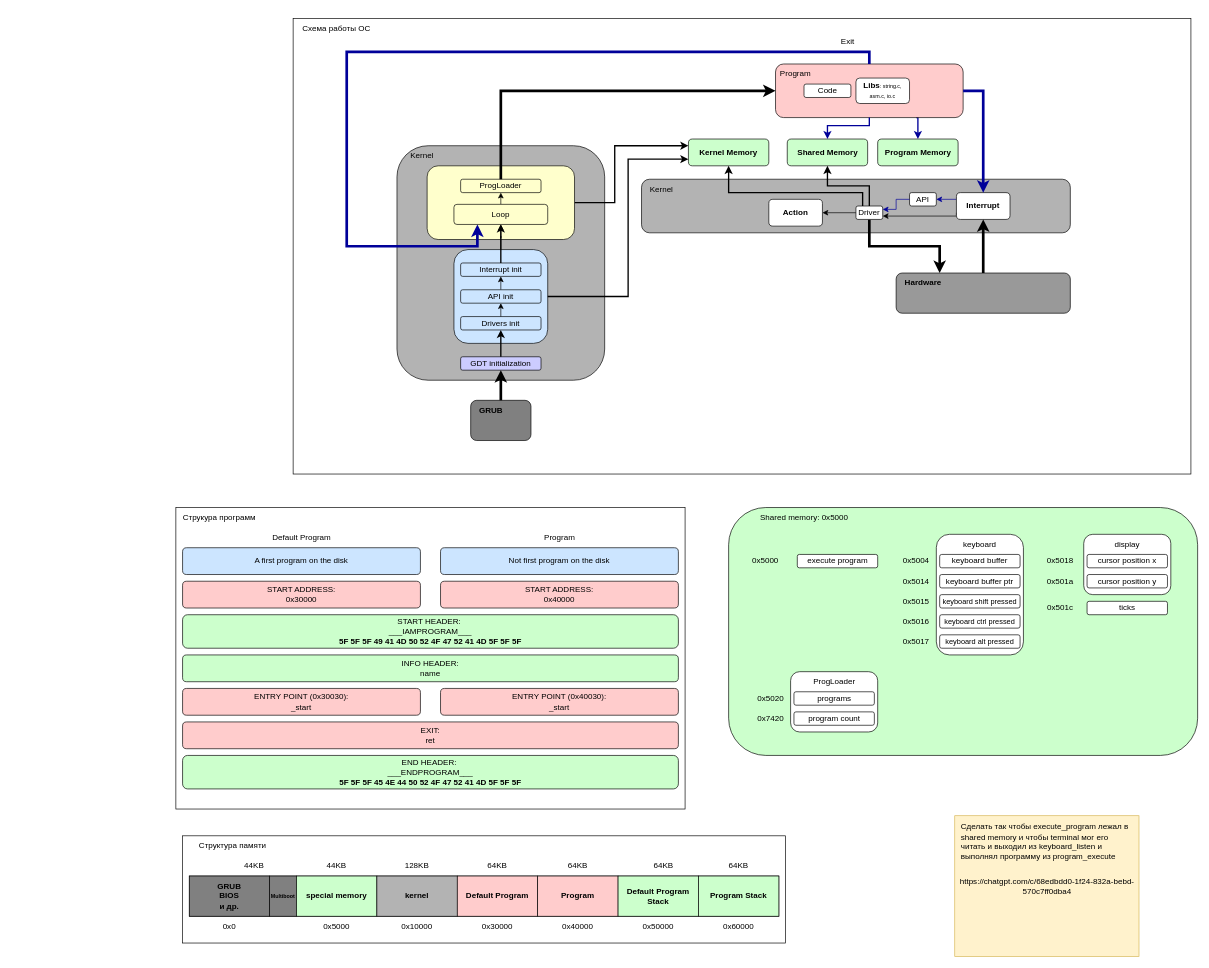
Before: docs/os_schema.drawio in igmunv/Operation-System, a draw.io diagram. Source tidied: cells renumbered, new cells numbered last; positions are measured from the earlier drawing's top-left corner, leaving out a move shared by most shapes. Both pictures are drawn from the tidied source at 67%, with x=0, y=0 at pixel (176, 18).
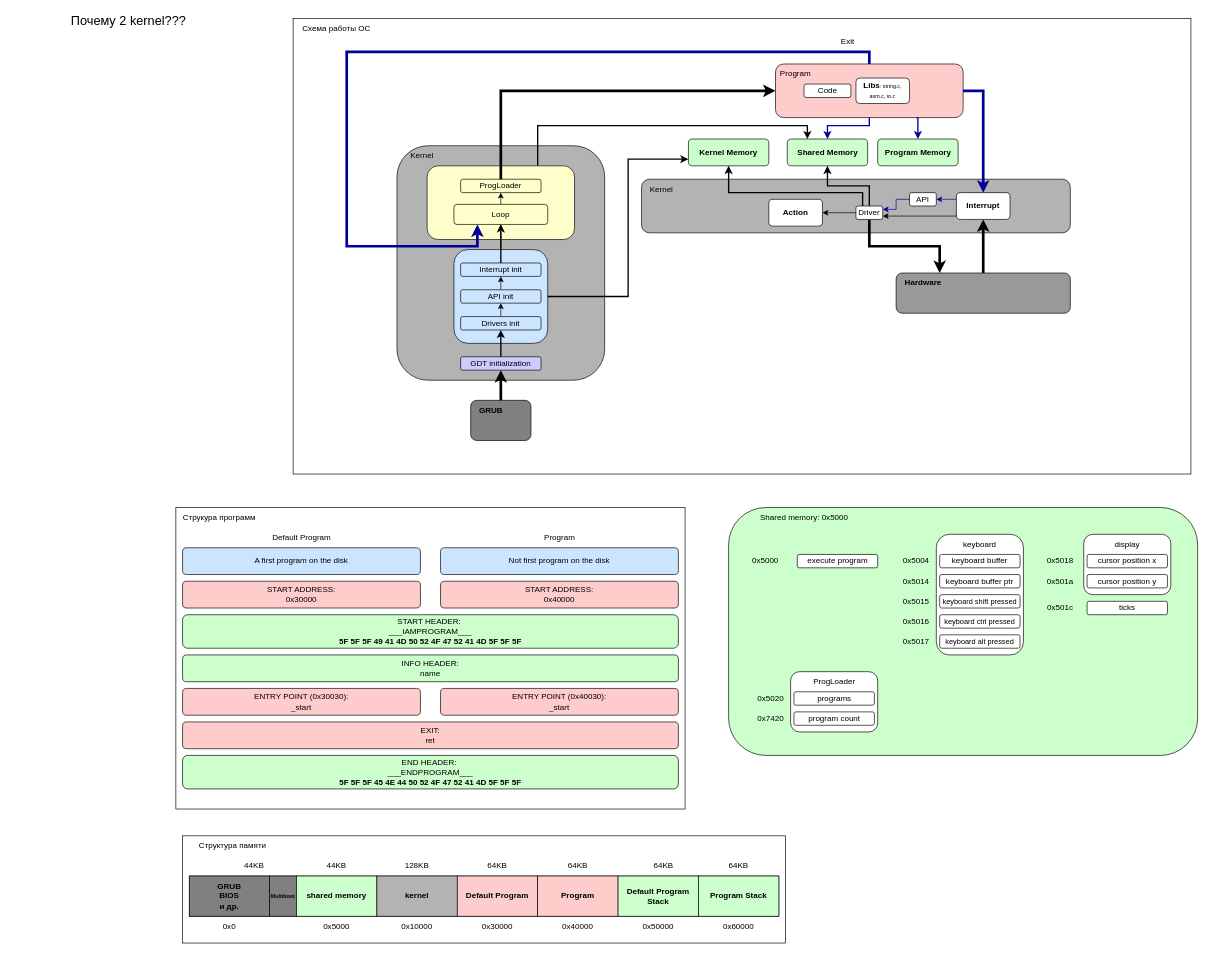
After the change.

The change refers to these unchanged cells:
```xml
<mxCell id="74" value="Shared Memory" style="rounded=1;whiteSpace=wrap;html=1;fontStyle=1;align=center;fillColor=#CCFFCC;" parent="1" vertex="1">
  <mxGeometry x="912.5" y="180" width="120" height="40" as="geometry" />
</mxCell>
<mxCell id="97" style="rounded=1;whiteSpace=wrap;html=1;fillColor=#FFFFCC;" parent="1" vertex="1">
  <mxGeometry x="375" y="220" width="220" height="110" as="geometry" />
</mxCell>
<mxCell id="109" value="Kernel Memory" style="rounded=1;whiteSpace=wrap;html=1;fontStyle=1;align=center;fillColor=#CCFFCC;" parent="1" vertex="1">
  <mxGeometry x="765" y="180" width="120" height="40" as="geometry" />
</mxCell>
```

Change to the diagram source:
```diff
@@
-    <mxCell id="42" value="special memory" style="rounded=0;whiteSpace=wrap;html=1;fillColor=#CCFFCC;fontStyle=1;" parent="1" vertex="1">
+    <mxCell id="42" value="shared memory" style="rounded=0;whiteSpace=wrap;html=1;fillColor=#CCFFCC;fontStyle=1;" parent="1" vertex="1">
       <mxGeometry x="180" y="1280" width="120" height="60" as="geometry" />
     </mxCell>
@@
-    <mxCell id="96" style="edgeStyle=orthogonalEdgeStyle;rounded=0;jettySize=auto;html=1;exitX=1;exitY=0.5;exitDx=0;exitDy=0;entryX=0;entryY=0.25;entryDx=0;entryDy=0;strokeWidth=2;" parent="1" edge="1" source="97" target="109">
-      <mxGeometry relative="1" as="geometry">
-        <Array as="points">
-          <mxPoint x="655" y="275" />
-          <mxPoint x="655" y="190" />
-        </Array>
-      </mxGeometry>
-    </mxCell>
+    <mxCell id="132" style="edgeStyle=orthogonalEdgeStyle;rounded=0;jettySize=auto;html=1;exitX=0.75;exitY=0;exitDx=0;exitDy=0;entryX=0.25;entryY=0;entryDx=0;entryDy=0;strokeWidth=2;" parent="1" edge="1" source="97" target="74">
+      <mxGeometry relative="1" as="geometry" />
+    </mxCell>
@@
-    <mxCell id="122" value="https://chatgpt.com/c/68edbdd0-1f24-832a-bebd-570c7ff0dba4" style="rounded=0;whiteSpace=wrap;html=1;fillColor=#fff2cc;strokeColor=#d6b656;" parent="1" vertex="1">
-      <mxGeometry x="1162.5" y="1190" width="275" height="210" as="geometry" />
-    </mxCell>
-    <mxCell id="123" value="Сделать так чтобы execute_program лежал в shared memory и чтобы terminal мог его читать и выходил из keyboard_listen и выполнял программу из program_execute" style="text;html=1;align=left;verticalAlign=bottom;whiteSpace=wrap;rounded=0;" parent="1" vertex="1">
-      <mxGeometry x="1170" y="1190" width="260" height="70" as="geometry" />
-    </mxCell>
@@
+    <mxCell id="133" value="Почему 2 kernel???" style="text;html=1;align=center;verticalAlign=middle;whiteSpace=wrap;rounded=0;fontSize=19;" parent="1" vertex="1">
+      <mxGeometry x="-245" y="-10" width="349" height="30" as="geometry" />
+    </mxCell>
```
